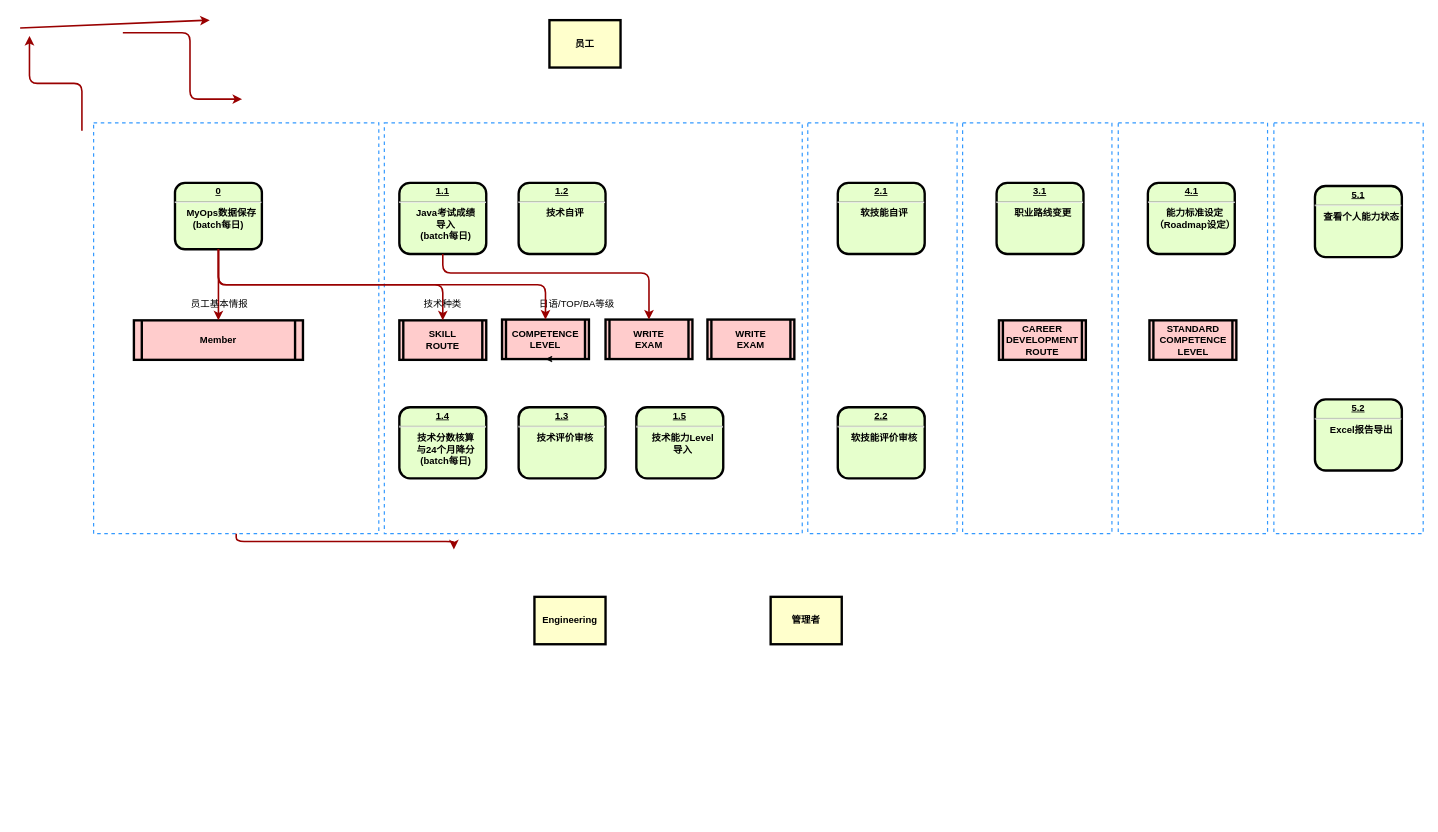
Before: src/main/名称未設定ファイル.drawio in danferj/java_learn, a draw.io diagram. Source tidied: cells renumbered, new cells numbered last; positions are measured from the earlier drawing's top-left corner, leaving out a move shared by most shapes. Both pictures are drawn from the tidied source at 79%, with x=0, y=0 at pixel (20, 20).
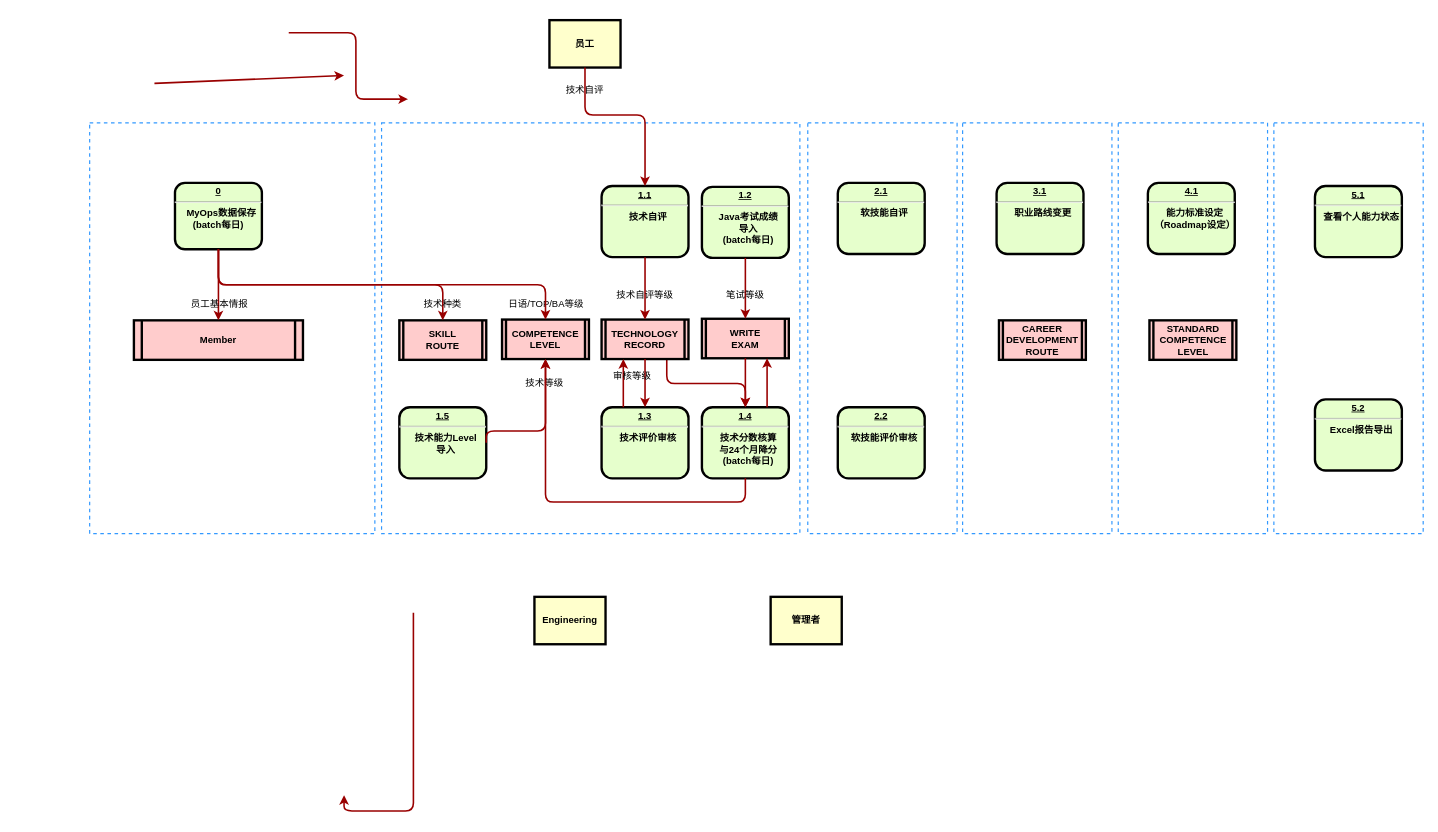
The same diagram, later.

Commit message (it also covers changes not shown here):
名称未設定ファイル.drawio を更新します

The change refers to these unchanged cells:
```xml
<mxCell id="9" value="员工" style="whiteSpace=wrap;align=center;verticalAlign=middle;fontStyle=1;strokeWidth=3;fillColor=#FFFFCC;" parent="1" vertex="1">
  <mxGeometry x="670" width="90" height="60" as="geometry" />
</mxCell>
<mxCell id="20" value="COMPETENCE&#10;LEVEL" style="shape=process;whiteSpace=wrap;align=center;verticalAlign=middle;size=0.0475;fontStyle=1;strokeWidth=3;fillColor=#FFCCCC;" parent="1" vertex="1">
  <mxGeometry x="610" y="379" width="110" height="50" as="geometry" />
</mxCell>
```

What changed in the source:
```diff
@@
     <mxCell id="6" style="rounded=0;whiteSpace=wrap;html=1;fillColor=none;dashed=1;strokeColor=#3399FF;strokeWidth=1.5;align=left;" parent="1" vertex="1">
-      <mxGeometry x="93" y="130" width="361" height="520" as="geometry" />
+      <mxGeometry x="88" y="130" width="361" height="520" as="geometry" />
     </mxCell>
     <mxCell id="7" style="rounded=0;whiteSpace=wrap;html=1;fillColor=none;dashed=1;strokeColor=#3399FF;strokeWidth=1.5;align=left;" parent="1" vertex="1">
-      <mxGeometry x="461" y="130" width="529" height="520" as="geometry" />
+      <mxGeometry x="457.5" y="130" width="529.5" height="520" as="geometry" />
     </mxCell>
@@
-    <mxCell id="11" value="&lt;p style=&quot;margin: 0px; margin-top: 4px; text-align: center; text-decoration: underline;&quot;&gt;1.1&lt;/p&gt;&lt;hr&gt;&lt;p style=&quot;margin: 0px; margin-left: 8px;&quot;&gt;Java考试成绩&lt;/p&gt;&lt;p style=&quot;margin: 0px; margin-left: 8px;&quot;&gt;导入&lt;br&gt;(batch每日)&lt;br&gt;&lt;/p&gt;" style="verticalAlign=middle;align=center;overflow=fill;fontSize=12;fontFamily=Helvetica;html=1;rounded=1;fontStyle=1;strokeWidth=3;fillColor=#E6FFCC;" parent="1" vertex="1">
-      <mxGeometry x="480" y="206" width="110" height="90" as="geometry" />
+    <mxCell id="11" value="&lt;p style=&quot;margin: 0px; margin-top: 4px; text-align: center; text-decoration: underline;&quot;&gt;1.2&lt;/p&gt;&lt;hr&gt;&lt;p style=&quot;margin: 0px; margin-left: 8px;&quot;&gt;Java考试成绩&lt;/p&gt;&lt;p style=&quot;margin: 0px; margin-left: 8px;&quot;&gt;导入&lt;br&gt;(batch每日)&lt;br&gt;&lt;/p&gt;" style="verticalAlign=middle;align=center;overflow=fill;fontSize=12;fontFamily=Helvetica;html=1;rounded=1;fontStyle=1;strokeWidth=3;fillColor=#E6FFCC;" parent="1" vertex="1">
+      <mxGeometry x="863" y="211" width="110" height="90" as="geometry" />
     </mxCell>
     <mxCell id="12" value="&lt;p style=&quot;margin: 0px; margin-top: 4px; text-align: center; text-decoration: underline;&quot;&gt;1.4&lt;/p&gt;&lt;hr&gt;&lt;p style=&quot;margin: 0px; margin-left: 8px;&quot;&gt;技术分数核算&lt;/p&gt;&lt;p style=&quot;margin: 0px; margin-left: 8px;&quot;&gt;与24个月降分&lt;br&gt;(batch每日)&lt;br&gt;&lt;/p&gt;" style="verticalAlign=middle;align=center;overflow=fill;fontSize=12;fontFamily=Helvetica;html=1;rounded=1;fontStyle=1;strokeWidth=3;fillColor=#E6FFCC;" parent="1" vertex="1">
-      <mxGeometry x="480" y="490" width="110" height="90" as="geometry" />
+      <mxGeometry x="863" y="490" width="110" height="90" as="geometry" />
     </mxCell>
-    <mxCell id="13" value="&lt;p style=&quot;margin: 0px; margin-top: 4px; text-align: center; text-decoration: underline;&quot;&gt;1.2&lt;/p&gt;&lt;hr&gt;&lt;p style=&quot;margin: 0px; margin-left: 8px;&quot;&gt;技术自评&lt;/p&gt;" style="verticalAlign=middle;align=center;overflow=fill;fontSize=12;fontFamily=Helvetica;html=1;rounded=1;fontStyle=1;strokeWidth=3;fillColor=#E6FFCC;" parent="1" vertex="1">
-      <mxGeometry x="631" y="206" width="110" height="90" as="geometry" />
+    <mxCell id="13" value="&lt;p style=&quot;margin: 0px; margin-top: 4px; text-align: center; text-decoration: underline;&quot;&gt;1.1&lt;/p&gt;&lt;hr&gt;&lt;p style=&quot;margin: 0px; margin-left: 8px;&quot;&gt;技术自评&lt;/p&gt;" style="verticalAlign=middle;align=center;overflow=fill;fontSize=12;fontFamily=Helvetica;html=1;rounded=1;fontStyle=1;strokeWidth=3;fillColor=#E6FFCC;" parent="1" vertex="1">
+      <mxGeometry x="736" y="210" width="110" height="90" as="geometry" />
     </mxCell>
@@
     <mxCell id="16" style="edgeStyle=none;noEdgeStyle=1;strokeColor=#990000;strokeWidth=2;" parent="1" edge="1">
       <mxGeometry relative="1" as="geometry">
-        <mxPoint y="10" as="sourcePoint" />
-        <mxPoint x="240" as="targetPoint" />
+        <mxPoint x="170" y="80" as="sourcePoint" />
+        <mxPoint x="410" y="70" as="targetPoint" />
       </mxGeometry>
     </mxCell>
     <mxCell id="17" value="日语/TOP/BA等级" style="text;spacingTop=-5;align=center;" parent="1" vertex="1">
-      <mxGeometry x="690" y="350" width="30" height="20" as="geometry" />
+      <mxGeometry x="651" y="350" width="30" height="20" as="geometry" />
     </mxCell>
     <mxCell id="18" style="edgeStyle=elbowEdgeStyle;elbow=horizontal;strokeColor=#990000;strokeWidth=2;exitX=0.5;exitY=1;exitDx=0;exitDy=0;entryX=0.5;entryY=0;entryDx=0;entryDy=0;" parent="1" edge="1">
       <mxGeometry relative="1" as="geometry">
-        <mxPoint x="130" y="16" as="sourcePoint" />
-        <mxPoint x="281" y="100" as="targetPoint" />
+        <mxPoint x="340" y="16" as="sourcePoint" />
+        <mxPoint x="491" y="100" as="targetPoint" />
         <Array as="points">
-          <mxPoint x="215" y="60" />
+          <mxPoint x="425" y="60" />
         </Array>
       </mxGeometry>
     </mxCell>
-    <mxCell id="19" style="edgeStyle=elbowEdgeStyle;elbow=vertical;strokeColor=#990000;strokeWidth=2;" parent="1" edge="1">
+    <mxCell id="19" style="edgeStyle=elbowEdgeStyle;elbow=vertical;strokeColor=#990000;strokeWidth=2;exitX=0.5;exitY=1;exitDx=0;exitDy=0;entryX=0.5;entryY=0;entryDx=0;entryDy=0;" parent="1" edge="1" source="9" target="13">
       <mxGeometry relative="1" as="geometry">
-        <mxPoint x="78.2" y="140" as="sourcePoint" />
-        <mxPoint x="11.8" y="20" as="targetPoint" />
         <Array as="points">
-          <mxPoint x="168.2" y="80" />
+          <mxPoint x="790" y="120" />
         </Array>
       </mxGeometry>
     </mxCell>
@@
     <mxCell id="28" value="&lt;p style=&quot;margin: 0px; margin-top: 4px; text-align: center; text-decoration: underline;&quot;&gt;1.3&lt;/p&gt;&lt;hr&gt;&lt;p style=&quot;margin: 0px; margin-left: 8px;&quot;&gt;技术评价审核&lt;/p&gt;" style="verticalAlign=middle;align=center;overflow=fill;fontSize=12;fontFamily=Helvetica;html=1;rounded=1;fontStyle=1;strokeWidth=3;fillColor=#E6FFCC;" parent="1" vertex="1">
-      <mxGeometry x="631" y="490" width="110" height="90" as="geometry" />
+      <mxGeometry x="736" y="490" width="110" height="90" as="geometry" />
     </mxCell>
@@
     <mxCell id="32" value="&lt;p style=&quot;margin: 0px; margin-top: 4px; text-align: center; text-decoration: underline;&quot;&gt;1.5&lt;/p&gt;&lt;hr&gt;&lt;p style=&quot;margin: 0px; margin-left: 8px;&quot;&gt;技术能力Level&lt;/p&gt;&lt;p style=&quot;margin: 0px; margin-left: 8px;&quot;&gt;导入&lt;/p&gt;" style="verticalAlign=middle;align=center;overflow=fill;fontSize=12;fontFamily=Helvetica;html=1;rounded=1;fontStyle=1;strokeWidth=3;fillColor=#E6FFCC;" parent="1" vertex="1">
-      <mxGeometry x="780" y="490" width="110" height="90" as="geometry" />
+      <mxGeometry x="480" y="490" width="110" height="90" as="geometry" />
     </mxCell>
@@
     <mxCell id="36" value="WRITE&#10;EXAM" style="shape=process;whiteSpace=wrap;align=center;verticalAlign=middle;size=0.0475;fontStyle=1;strokeWidth=3;fillColor=#FFCCCC;" parent="1" vertex="1">
-      <mxGeometry x="741" y="379" width="110" height="50" as="geometry" />
+      <mxGeometry x="863" y="378" width="110" height="50" as="geometry" />
     </mxCell>
@@
     <mxCell id="39" style="edgeStyle=elbowEdgeStyle;elbow=vertical;entryX=0.5;entryY=0;strokeColor=#990000;strokeWidth=2;exitX=0.5;exitY=1;exitDx=0;exitDy=0;entryDx=0;entryDy=0;" parent="1" edge="1" source="11" target="36">
       <mxGeometry relative="1" as="geometry">
         <Array as="points">
-          <mxPoint x="610" y="320" />
+          <mxPoint x="932" y="339" />
         </Array>
       </mxGeometry>
     </mxCell>
-    <mxCell id="40" style="edgeStyle=elbowEdgeStyle;elbow=vertical;entryX=0.5;entryY=0;strokeColor=#990000;strokeWidth=2;entryDx=0;entryDy=0;" parent="1" edge="1" source="6">
-      <mxGeometry relative="1" as="geometry">
-        <mxPoint x="549" y="670" as="targetPoint" />
-      </mxGeometry>
+    <mxCell id="40" style="edgeStyle=elbowEdgeStyle;elbow=vertical;strokeColor=#990000;strokeWidth=2;exitX=0.75;exitY=1;exitDx=0;exitDy=0;" parent="1" edge="1" source="42" target="12">
+      <mxGeometry relative="1" as="geometry" />
     </mxCell>
-    <mxCell id="41" style="edgeStyle=orthogonalEdgeStyle;rounded=0;orthogonalLoop=1;jettySize=auto;html=1;exitX=0.75;exitY=1;exitDx=0;exitDy=0;entryX=0.5;entryY=1;entryDx=0;entryDy=0;" parent="1" edge="1" source="20" target="20">
-      <mxGeometry relative="1" as="geometry" />
-    </mxCell>
-    <mxCell id="42" value="WRITE&#10;EXAM" style="shape=process;whiteSpace=wrap;align=center;verticalAlign=middle;size=0.0475;fontStyle=1;strokeWidth=3;fillColor=#FFCCCC;" parent="1" vertex="1">
-      <mxGeometry x="870" y="379" width="110" height="50" as="geometry" />
+    <mxCell id="42" value="TECHNOLOGY&#10;RECORD" style="shape=process;whiteSpace=wrap;align=center;verticalAlign=middle;size=0.0475;fontStyle=1;strokeWidth=3;fillColor=#FFCCCC;" parent="1" vertex="1">
+      <mxGeometry x="736" y="379" width="110" height="50" as="geometry" />
     </mxCell>
+    <mxCell id="43" style="edgeStyle=elbowEdgeStyle;elbow=vertical;entryX=0.5;entryY=0;strokeColor=#990000;strokeWidth=2;entryDx=0;entryDy=0;exitX=0.5;exitY=1;exitDx=0;exitDy=0;" parent="1" edge="1" source="13" target="42">
+      <mxGeometry relative="1" as="geometry">
+        <Array as="points">
+          <mxPoint x="771" y="311" />
+        </Array>
+      </mxGeometry>
+    </mxCell>
+    <mxCell id="44" style="edgeStyle=elbowEdgeStyle;elbow=vertical;strokeColor=#990000;strokeWidth=2;exitX=0.5;exitY=1;exitDx=0;exitDy=0;entryX=0.471;entryY=1;entryDx=0;entryDy=0;entryPerimeter=0;" parent="1" edge="1">
+      <mxGeometry relative="1" as="geometry">
+        <mxPoint x="497.8" y="750" as="sourcePoint" />
+        <mxPoint x="410" y="981" as="targetPoint" />
+        <Array as="points">
+          <mxPoint x="316.8" y="1001" />
+          <mxPoint x="466.8" y="962" />
+        </Array>
+      </mxGeometry>
+    </mxCell>
+    <mxCell id="45" style="edgeStyle=none;noEdgeStyle=1;strokeColor=#990000;strokeWidth=2;exitX=0.75;exitY=1;exitDx=0;exitDy=0;entryX=0.75;entryY=0;entryDx=0;entryDy=0;" parent="1" edge="1">
+      <mxGeometry relative="1" as="geometry">
+        <mxPoint x="791" y="429" as="sourcePoint" />
+        <mxPoint x="791" y="490" as="targetPoint" />
+      </mxGeometry>
+    </mxCell>
+    <mxCell id="46" style="edgeStyle=none;noEdgeStyle=1;strokeColor=#990000;strokeWidth=2;exitX=0.25;exitY=0;exitDx=0;exitDy=0;entryX=0.25;entryY=1;entryDx=0;entryDy=0;" parent="1" edge="1" source="28" target="42">
+      <mxGeometry relative="1" as="geometry" />
+    </mxCell>
+    <mxCell id="47" style="edgeStyle=elbowEdgeStyle;elbow=vertical;strokeColor=#990000;strokeWidth=2;exitX=0.5;exitY=1;exitDx=0;exitDy=0;" parent="1" edge="1" source="36" target="12">
+      <mxGeometry relative="1" as="geometry" />
+    </mxCell>
+    <mxCell id="48" style="edgeStyle=elbowEdgeStyle;elbow=horizontal;strokeColor=#990000;strokeWidth=2;exitX=0.5;exitY=1;exitDx=0;exitDy=0;entryX=0.5;entryY=1;entryDx=0;entryDy=0;" parent="1" edge="1" source="12" target="20">
+      <mxGeometry relative="1" as="geometry">
+        <Array as="points">
+          <mxPoint x="800" y="610" />
+        </Array>
+      </mxGeometry>
+    </mxCell>
+    <mxCell id="49" value="技术等级" style="text;spacingTop=-5;align=center;" parent="1" vertex="1">
+      <mxGeometry x="649" y="450" width="30" height="20" as="geometry" />
+    </mxCell>
+    <mxCell id="50" style="edgeStyle=elbowEdgeStyle;elbow=vertical;strokeColor=#990000;strokeWidth=2;exitX=1;exitY=0.5;exitDx=0;exitDy=0;entryX=0.5;entryY=1;entryDx=0;entryDy=0;" parent="1" edge="1" source="32" target="20">
+      <mxGeometry relative="1" as="geometry">
+        <Array as="points">
+          <mxPoint x="665" y="520" />
+        </Array>
+      </mxGeometry>
+    </mxCell>
+    <mxCell id="51" value="技术自评等级" style="text;spacingTop=-5;align=center;" parent="1" vertex="1">
+      <mxGeometry x="776" y="339" width="30" height="20" as="geometry" />
+    </mxCell>
+    <mxCell id="52" value="笔试等级" style="text;spacingTop=-5;align=center;" parent="1" vertex="1">
+      <mxGeometry x="903" y="339" width="30" height="20" as="geometry" />
+    </mxCell>
+    <mxCell id="53" style="edgeStyle=none;noEdgeStyle=1;strokeColor=#990000;strokeWidth=2;exitX=0.75;exitY=0;exitDx=0;exitDy=0;entryX=0.75;entryY=1;entryDx=0;entryDy=0;" parent="1" edge="1" source="12" target="36">
+      <mxGeometry relative="1" as="geometry" />
+    </mxCell>
+    <mxCell id="54" value="审核等级" style="text;spacingTop=-5;align=center;" parent="1" vertex="1">
+      <mxGeometry x="760" y="442" width="30" height="20" as="geometry" />
+    </mxCell>
+    <mxCell id="55" value="技术自评" style="text;spacingTop=-5;align=center;" parent="1" vertex="1">
+      <mxGeometry x="700" y="80" width="30" height="20" as="geometry" />
+    </mxCell>
```
